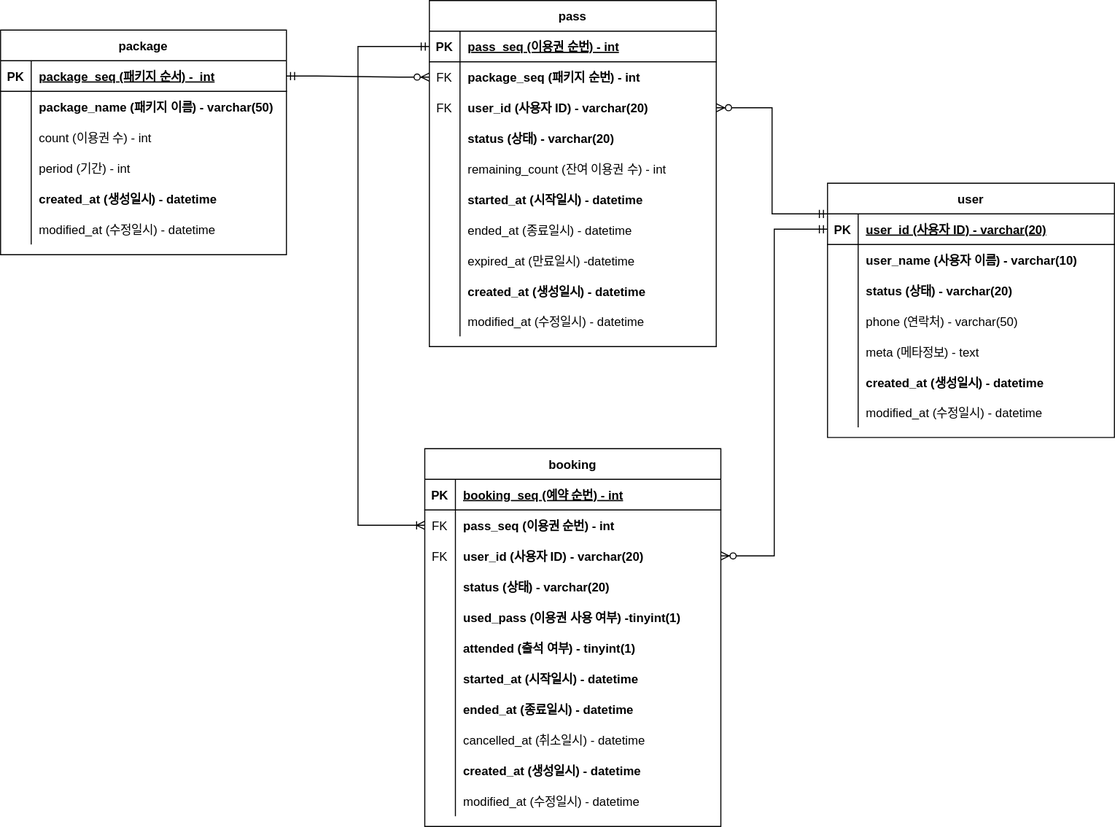
Above: document/pt-batch.svg in daecheolsong/pt-batch (draw.io), before the change. Source tidied: cells renumbered, new cells last; positions are measured from the earlier drawing's top-left corner, leaving out a move shared by most shapes.
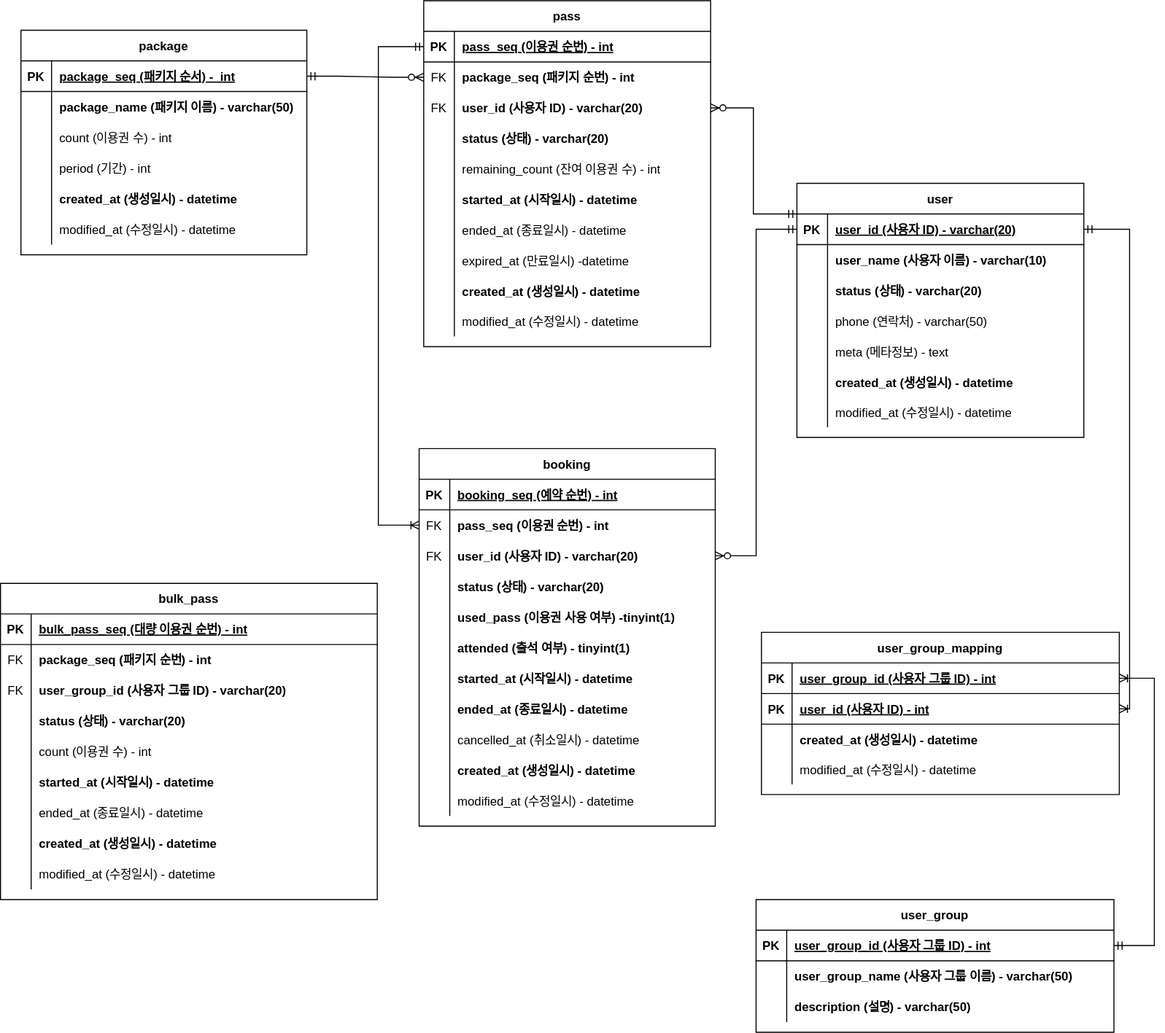
Later version of the same file.

Commit message:
#7 - `user-group` 테이블 분리, `bulk-pass` 테이블 추가

The edit, as a diff of the source:
```diff
@@ -3,7 +3,7 @@
     <mxCell id="0" />
     <mxCell id="1" parent="0" />
     <mxCell id="2" value="pass" style="shape=table;startSize=30;rowLines=0;fontStyle=1;align=center;" parent="1" vertex="1">
-      <mxGeometry x="420" width="281" height="339" as="geometry" />
+      <mxGeometry x="394.5" width="281" height="339" as="geometry" />
     </mxCell>
     <mxCell id="3" style="shape=partialRectangle;fillColor=none;points=[[0,0.5],[1,0.5]];portConstraint=eastwest;top=0;left=0;right=0;bottom=1;" parent="2" vertex="1">
       <mxGeometry y="30" width="281" height="30" as="geometry" />
@@ -96,7 +96,7 @@
       <mxGeometry x="30" width="251" height="29" as="geometry" />
     </mxCell>
     <mxCell id="33" value="booking" style="shape=table;startSize=30;rowLines=0;fontStyle=1;align=center;" parent="1" vertex="1">
-      <mxGeometry x="415.5" y="439" width="290" height="370" as="geometry" />
+      <mxGeometry x="390" y="439" width="290" height="370" as="geometry" />
     </mxCell>
     <mxCell id="34" style="shape=partialRectangle;fillColor=none;top=0;left=0;right=0;bottom=1;" parent="33" vertex="1">
       <mxGeometry y="30" width="290" height="30" as="geometry" />
@@ -266,7 +266,7 @@
       </mxGeometry>
     </mxCell>
     <mxCell id="88" value="user" style="shape=table;startSize=30;rowLines=0;fontStyle=1;align=center;" parent="1" vertex="1">
-      <mxGeometry x="810" y="179" width="281" height="249" as="geometry" />
+      <mxGeometry x="760" y="179" width="281" height="249" as="geometry" />
     </mxCell>
     <mxCell id="89" style="shape=partialRectangle;fillColor=none;points=[[0,0.5],[1,0.5]];portConstraint=eastwest;top=0;left=0;right=0;bottom=1;" parent="88" vertex="1">
       <mxGeometry y="30" width="281" height="30" as="geometry" />
@@ -337,5 +337,169 @@
     <mxCell id="111" style="edgeStyle=elbowEdgeStyle;fontSize=12;html=1;endArrow=ERzeroToMany;startArrow=ERmandOne;rounded=0;exitX=0;exitY=0;exitDx=0;exitDy=0;exitPerimeter=0;" parent="1" edge="1" source="89" target="9">
       <mxGeometry relative="1" as="geometry" />
     </mxCell>
+    <mxCell id="112" value="bulk_pass" style="shape=table;startSize=30;rowLines=0;fontStyle=1;align=center;" parent="1" vertex="1">
+      <mxGeometry x="-20" y="571" width="369" height="310" as="geometry" />
+    </mxCell>
+    <mxCell id="113" style="shape=partialRectangle;fillColor=none;top=0;left=0;right=0;bottom=1;" parent="112" vertex="1">
+      <mxGeometry y="30" width="369" height="30" as="geometry" />
+    </mxCell>
+    <mxCell id="114" value="PK" style="shape=partialRectangle;overflow=hidden;fillColor=none;top=0;left=0;bottom=0;right=0;fontStyle=1;" parent="113" vertex="1">
+      <mxGeometry width="30" height="30" as="geometry" />
+    </mxCell>
+    <mxCell id="115" value="bulk_pass_seq (대량 이용권 순번) - int" style="shape=partialRectangle;overflow=hidden;fillColor=none;top=0;left=0;bottom=0;right=0;align=left;spacingLeft=6;fontStyle=5;" parent="113" vertex="1">
+      <mxGeometry x="30" width="339" height="30" as="geometry" />
+    </mxCell>
+    <mxCell id="116" style="shape=partialRectangle;fillColor=none;top=0;left=0;right=0;bottom=0;" parent="112" vertex="1">
+      <mxGeometry y="60" width="369" height="30" as="geometry" />
+    </mxCell>
+    <mxCell id="117" value="FK" style="shape=partialRectangle;overflow=hidden;fillColor=none;top=0;left=0;bottom=0;right=0;" parent="116" vertex="1">
+      <mxGeometry width="30" height="30" as="geometry" />
+    </mxCell>
+    <mxCell id="118" value="package_seq (패키지 순번) - int" style="shape=partialRectangle;overflow=hidden;fillColor=none;top=0;left=0;bottom=0;right=0;align=left;spacingLeft=6;fontStyle=1;" parent="116" vertex="1">
+      <mxGeometry x="30" width="339" height="30" as="geometry" />
+    </mxCell>
+    <mxCell id="119" style="shape=partialRectangle;fillColor=none;top=0;left=0;right=0;bottom=0;" parent="112" vertex="1">
+      <mxGeometry y="90" width="369" height="30" as="geometry" />
+    </mxCell>
+    <mxCell id="120" value="FK" style="shape=partialRectangle;overflow=hidden;fillColor=none;top=0;left=0;bottom=0;right=0;" parent="119" vertex="1">
+      <mxGeometry width="30" height="30" as="geometry" />
+    </mxCell>
+    <mxCell id="121" value="user_group_id (사용자 그룹 ID) - varchar(20)" style="shape=partialRectangle;overflow=hidden;fillColor=none;top=0;left=0;bottom=0;right=0;align=left;spacingLeft=6;fontStyle=1;" parent="119" vertex="1">
+      <mxGeometry x="30" width="339" height="30" as="geometry" />
+    </mxCell>
+    <mxCell id="122" style="shape=partialRectangle;fillColor=none;top=0;left=0;right=0;bottom=0;" parent="112" vertex="1">
+      <mxGeometry y="120" width="369" height="30" as="geometry" />
+    </mxCell>
+    <mxCell id="123" style="shape=partialRectangle;overflow=hidden;fillColor=none;top=0;left=0;bottom=0;right=0;" parent="122" vertex="1">
+      <mxGeometry width="30" height="30" as="geometry" />
+    </mxCell>
+    <mxCell id="124" value="status (상태) - varchar(20)" style="shape=partialRectangle;overflow=hidden;fillColor=none;top=0;left=0;bottom=0;right=0;align=left;spacingLeft=6;fontStyle=1;" parent="122" vertex="1">
+      <mxGeometry x="30" width="339" height="30" as="geometry" />
+    </mxCell>
+    <mxCell id="125" style="shape=partialRectangle;fillColor=none;top=0;left=0;right=0;bottom=0;" parent="112" vertex="1">
+      <mxGeometry y="150" width="369" height="30" as="geometry" />
+    </mxCell>
+    <mxCell id="126" style="shape=partialRectangle;overflow=hidden;fillColor=none;top=0;left=0;bottom=0;right=0;" parent="125" vertex="1">
+      <mxGeometry width="30" height="30" as="geometry" />
+    </mxCell>
+    <mxCell id="127" value="count (이용권 수) - int " style="shape=partialRectangle;overflow=hidden;fillColor=none;top=0;left=0;bottom=0;right=0;align=left;spacingLeft=6;fontStyle=0;" parent="125" vertex="1">
+      <mxGeometry x="30" width="339" height="30" as="geometry" />
+    </mxCell>
+    <mxCell id="128" style="shape=partialRectangle;fillColor=none;top=0;left=0;right=0;bottom=0;" parent="112" vertex="1">
+      <mxGeometry y="180" width="369" height="30" as="geometry" />
+    </mxCell>
+    <mxCell id="129" style="shape=partialRectangle;overflow=hidden;fillColor=none;top=0;left=0;bottom=0;right=0;" parent="128" vertex="1">
+      <mxGeometry width="30" height="30" as="geometry" />
+    </mxCell>
+    <mxCell id="130" value="started_at (시작일시) - datetime" style="shape=partialRectangle;overflow=hidden;fillColor=none;top=0;left=0;bottom=0;right=0;align=left;spacingLeft=6;fontStyle=1;" parent="128" vertex="1">
+      <mxGeometry x="30" width="339" height="30" as="geometry" />
+    </mxCell>
+    <mxCell id="131" style="shape=partialRectangle;fillColor=none;top=0;left=0;right=0;bottom=0;" parent="112" vertex="1">
+      <mxGeometry y="210" width="369" height="30" as="geometry" />
+    </mxCell>
+    <mxCell id="132" style="shape=partialRectangle;overflow=hidden;fillColor=none;top=0;left=0;bottom=0;right=0;" parent="131" vertex="1">
+      <mxGeometry width="30" height="30" as="geometry" />
+    </mxCell>
+    <mxCell id="133" value="ended_at (종료일시) - datetime" style="shape=partialRectangle;overflow=hidden;fillColor=none;top=0;left=0;bottom=0;right=0;align=left;spacingLeft=6;fontStyle=0;" parent="131" vertex="1">
+      <mxGeometry x="30" width="339" height="30" as="geometry" />
+    </mxCell>
+    <mxCell id="134" style="shape=partialRectangle;fillColor=none;top=0;left=0;right=0;bottom=0;" parent="112" vertex="1">
+      <mxGeometry y="240" width="369" height="30" as="geometry" />
+    </mxCell>
+    <mxCell id="135" style="shape=partialRectangle;overflow=hidden;fillColor=none;top=0;left=0;bottom=0;right=0;" parent="134" vertex="1">
+      <mxGeometry width="30" height="30" as="geometry" />
+    </mxCell>
+    <mxCell id="136" value="created_at (생성일시) - datetime" style="shape=partialRectangle;overflow=hidden;fillColor=none;top=0;left=0;bottom=0;right=0;align=left;spacingLeft=6;fontStyle=1;" parent="134" vertex="1">
+      <mxGeometry x="30" width="339" height="30" as="geometry" />
+    </mxCell>
+    <mxCell id="137" style="shape=partialRectangle;fillColor=none;top=0;left=0;right=0;bottom=0;" parent="112" vertex="1">
+      <mxGeometry y="270" width="369" height="30" as="geometry" />
+    </mxCell>
+    <mxCell id="138" style="shape=partialRectangle;overflow=hidden;fillColor=none;top=0;left=0;bottom=0;right=0;" parent="137" vertex="1">
+      <mxGeometry width="30" height="30" as="geometry" />
+    </mxCell>
+    <mxCell id="139" value="modified_at (수정일시) - datetime" style="shape=partialRectangle;overflow=hidden;fillColor=none;top=0;left=0;bottom=0;right=0;align=left;spacingLeft=6;fontStyle=0;" parent="137" vertex="1">
+      <mxGeometry x="30" width="339" height="30" as="geometry" />
+    </mxCell>
+    <mxCell id="140" value="user_group_mapping" style="shape=table;startSize=30;rowLines=0;fontStyle=1;align=center;" parent="1" vertex="1">
+      <mxGeometry x="725.2" y="619" width="350.5" height="159" as="geometry" />
+    </mxCell>
+    <mxCell id="141" style="shape=partialRectangle;fillColor=none;points=[[0,0.5],[1,0.5]];portConstraint=eastwest;top=0;left=0;right=0;bottom=1;" parent="140" vertex="1">
+      <mxGeometry y="30" width="350.5" height="30" as="geometry" />
+    </mxCell>
+    <mxCell id="142" value="PK" style="shape=partialRectangle;overflow=hidden;fillColor=none;top=0;left=0;bottom=0;right=0;fontStyle=1;" parent="141" vertex="1">
+      <mxGeometry width="30" height="30" as="geometry" />
+    </mxCell>
+    <mxCell id="143" value="user_group_id (사용자 그룹 ID) - int" style="shape=partialRectangle;overflow=hidden;fillColor=none;top=0;left=0;bottom=0;right=0;align=left;spacingLeft=6;fontStyle=5;" parent="141" vertex="1">
+      <mxGeometry x="30" width="320.5" height="30" as="geometry" />
+    </mxCell>
+    <mxCell id="144" style="shape=partialRectangle;fillColor=none;points=[[0,0.5],[1,0.5]];portConstraint=eastwest;top=0;left=0;right=0;bottom=1;" parent="140" vertex="1">
+      <mxGeometry y="60" width="350.5" height="30" as="geometry" />
+    </mxCell>
+    <mxCell id="145" value="PK" style="shape=partialRectangle;overflow=hidden;fillColor=none;top=0;left=0;bottom=0;right=0;fontStyle=1;" parent="144" vertex="1">
+      <mxGeometry width="30" height="30" as="geometry" />
+    </mxCell>
+    <mxCell id="146" value="user_id (사용자 ID) - int" style="shape=partialRectangle;overflow=hidden;fillColor=none;top=0;left=0;bottom=0;right=0;align=left;spacingLeft=6;fontStyle=5;" parent="144" vertex="1">
+      <mxGeometry x="30" width="320.5" height="30" as="geometry" />
+    </mxCell>
+    <mxCell id="147" style="shape=partialRectangle;fillColor=none;top=0;left=0;right=0;bottom=0;" parent="140" vertex="1">
+      <mxGeometry y="90" width="350.5" height="30" as="geometry" />
+    </mxCell>
+    <mxCell id="148" style="shape=partialRectangle;overflow=hidden;fillColor=none;top=0;left=0;bottom=0;right=0;" parent="147" vertex="1">
+      <mxGeometry width="30" height="30" as="geometry" />
+    </mxCell>
+    <mxCell id="149" value="created_at (생성일시) - datetime" style="shape=partialRectangle;overflow=hidden;fillColor=none;top=0;left=0;bottom=0;right=0;align=left;spacingLeft=6;fontStyle=1;" parent="147" vertex="1">
+      <mxGeometry x="30" width="320.5" height="30" as="geometry" />
+    </mxCell>
+    <mxCell id="150" style="shape=partialRectangle;fillColor=none;top=0;left=0;right=0;bottom=0;" parent="140" vertex="1">
+      <mxGeometry y="120" width="350.5" height="29" as="geometry" />
+    </mxCell>
+    <mxCell id="151" style="shape=partialRectangle;overflow=hidden;fillColor=none;top=0;left=0;bottom=0;right=0;" parent="150" vertex="1">
+      <mxGeometry width="30" height="29" as="geometry" />
+    </mxCell>
+    <mxCell id="152" value="modified_at (수정일시) - datetime" style="shape=partialRectangle;overflow=hidden;fillColor=none;top=0;left=0;bottom=0;right=0;align=left;spacingLeft=6;" parent="150" vertex="1">
+      <mxGeometry x="30" width="320.5" height="29" as="geometry" />
+    </mxCell>
+    <mxCell id="153" value="user_group" style="shape=table;startSize=30;rowLines=0;fontStyle=1;align=center;" parent="1" vertex="1">
+      <mxGeometry x="720" y="881" width="350.5" height="130" as="geometry" />
+    </mxCell>
+    <mxCell id="154" style="shape=partialRectangle;fillColor=none;points=[[0,0.5],[1,0.5]];portConstraint=eastwest;top=0;left=0;right=0;bottom=1;" parent="153" vertex="1">
+      <mxGeometry y="30" width="350.5" height="30" as="geometry" />
+    </mxCell>
+    <mxCell id="155" value="PK" style="shape=partialRectangle;overflow=hidden;fillColor=none;top=0;left=0;bottom=0;right=0;fontStyle=1;" parent="154" vertex="1">
+      <mxGeometry width="30" height="30" as="geometry" />
+    </mxCell>
+    <mxCell id="156" value="user_group_id (사용자 그룹 ID) - int" style="shape=partialRectangle;overflow=hidden;fillColor=none;top=0;left=0;bottom=0;right=0;align=left;spacingLeft=6;fontStyle=5;" parent="154" vertex="1">
+      <mxGeometry x="30" width="320.5" height="30" as="geometry" />
+    </mxCell>
+    <mxCell id="157" style="shape=partialRectangle;fillColor=none;top=0;left=0;right=0;bottom=0;" parent="153" vertex="1">
+      <mxGeometry y="60" width="350.5" height="30" as="geometry" />
+    </mxCell>
+    <mxCell id="158" style="shape=partialRectangle;overflow=hidden;fillColor=none;top=0;left=0;bottom=0;right=0;" parent="157" vertex="1">
+      <mxGeometry width="30" height="30" as="geometry" />
+    </mxCell>
+    <mxCell id="159" value="user_group_name (사용자 그룹 이름) - varchar(50)" style="shape=partialRectangle;overflow=hidden;fillColor=none;top=0;left=0;bottom=0;right=0;align=left;spacingLeft=6;fontStyle=1;" parent="157" vertex="1">
+      <mxGeometry x="30" width="320.5" height="30" as="geometry" />
+    </mxCell>
+    <mxCell id="160" style="shape=partialRectangle;fillColor=none;top=0;left=0;right=0;bottom=0;" parent="153" vertex="1">
+      <mxGeometry y="90" width="350.5" height="30" as="geometry" />
+    </mxCell>
+    <mxCell id="161" style="shape=partialRectangle;overflow=hidden;fillColor=none;top=0;left=0;bottom=0;right=0;" parent="160" vertex="1">
+      <mxGeometry width="30" height="30" as="geometry" />
+    </mxCell>
+    <mxCell id="162" value="description (설명) - varchar(50)" style="shape=partialRectangle;overflow=hidden;fillColor=none;top=0;left=0;bottom=0;right=0;align=left;spacingLeft=6;fontStyle=1;" parent="160" vertex="1">
+      <mxGeometry x="30" width="320.5" height="30" as="geometry" />
+    </mxCell>
+    <mxCell id="163" style="edgeStyle=orthogonalEdgeStyle;fontSize=12;html=1;endArrow=ERoneToMany;startArrow=ERmandOne;rounded=0;exitX=1;exitY=0.5;exitDx=0;exitDy=0;entryX=1;entryY=0.5;entryDx=0;entryDy=0;elbow=vertical;" parent="1" edge="1" source="89" target="144">
+      <mxGeometry relative="1" as="geometry" />
+    </mxCell>
+    <mxCell id="164" style="edgeStyle=orthogonalEdgeStyle;fontSize=12;html=1;endArrow=ERoneToMany;startArrow=ERmandOne;rounded=0;exitX=1;exitY=0.5;exitDx=0;exitDy=0;entryX=1;entryY=0.5;entryDx=0;entryDy=0;elbow=vertical;" parent="1" edge="1" source="154" target="141">
+      <mxGeometry relative="1" as="geometry">
+        <Array as="points">
+          <mxPoint x="1110" y="926" />
+          <mxPoint x="1110" y="664" />
+        </Array>
+      </mxGeometry>
+    </mxCell>
   </root>
 </mxGraphModel>
```
